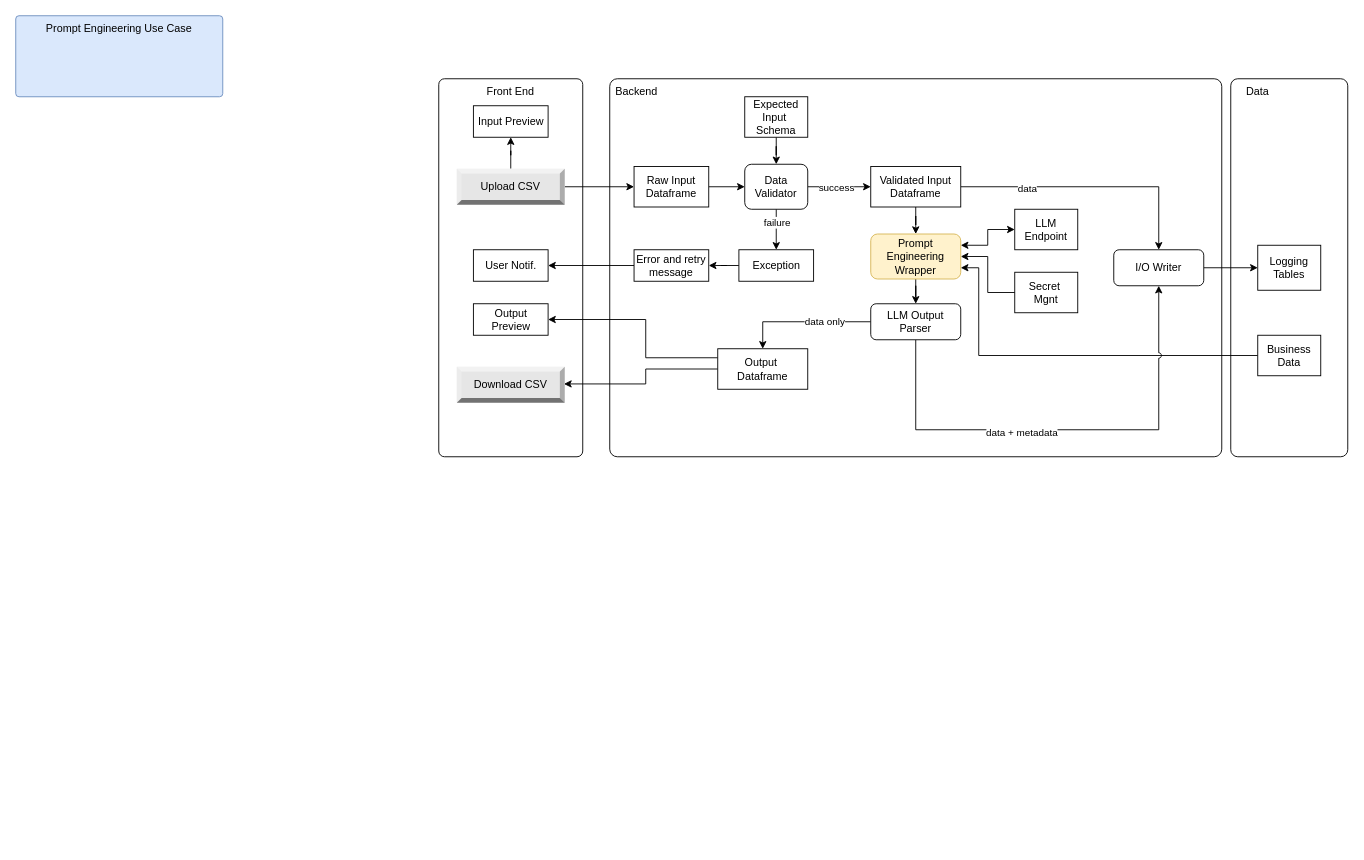
Before: page "gims-classification" (1 of 2) of genai-classification.drawio in joshuavaple/draw-io, a draw.io diagram. Source tidied: cells renumbered, new cells numbered last; positions are measured from the earlier drawing's top-left corner, leaving out a move shared by most shapes. Both pictures are drawn from the tidied source at 90%, with x=0, y=0 at pixel (15, 15). Pictures stored in the file or linked from it are replaced by grey dashed boxes.
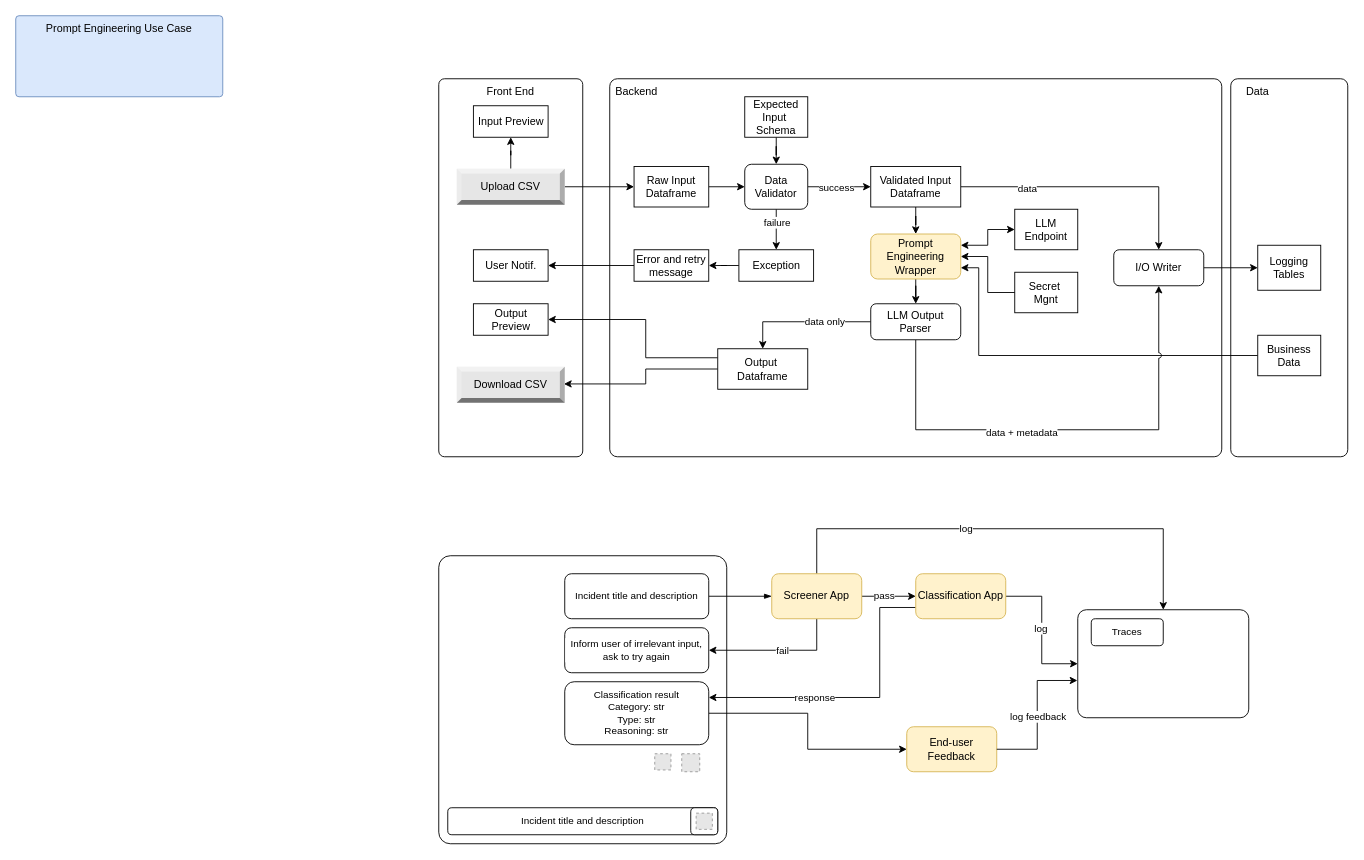
After the change.

Commit message:
added a possible chat UI flow

Diff of the diagram source:
```diff
@@
+    <mxCell id="52" style="rounded=1;whiteSpace=wrap;html=1;arcSize=4;" parent="1" vertex="1">
+      <mxGeometry x="470" y="600" width="320" height="320" as="geometry" />
+    </mxCell>
+    <mxCell id="53" style="edgeStyle=orthogonalEdgeStyle;shape=connector;rounded=0;jettySize=auto;html=1;entryX=0;entryY=0.5;entryDx=0;entryDy=0;strokeColor=default;align=center;verticalAlign=middle;fontFamily=Helvetica;fontSize=11;fontColor=default;labelBackgroundColor=default;endArrow=blockThin;endFill=1;" parent="1" edge="1" source="54" target="78">
+      <mxGeometry relative="1" as="geometry" />
+    </mxCell>
+    <mxCell id="54" value="Incident title and description" style="rounded=1;whiteSpace=wrap;html=1;fontFamily=Helvetica;fontSize=11;fontColor=default;labelBackgroundColor=default;" parent="1" vertex="1">
+      <mxGeometry x="610" y="620" width="160" height="50" as="geometry" />
+    </mxCell>
+    <mxCell id="55" style="edgeStyle=orthogonalEdgeStyle;shape=connector;rounded=0;jettySize=auto;html=1;strokeColor=default;align=center;verticalAlign=middle;fontFamily=Helvetica;fontSize=11;fontColor=default;labelBackgroundColor=default;endArrow=classic;endFill=1;exitX=1;exitY=0.5;exitDx=0;exitDy=0;startArrow=none;startFill=0;" parent="1" edge="1" source="59" target="60">
+      <mxGeometry relative="1" as="geometry" />
+    </mxCell>
+    <mxCell id="56" value="log" style="edgeLabel;html=1;align=center;verticalAlign=middle;fontFamily=Helvetica;fontSize=11;fontColor=default;labelBackgroundColor=default;" parent="55" vertex="1">
+      <mxGeometry x="-0.03" y="-2" relative="1" as="geometry" />
+    </mxCell>
+    <mxCell id="57" style="edgeStyle=orthogonalEdgeStyle;shape=connector;rounded=0;jettySize=auto;html=1;entryX=1;entryY=0.25;entryDx=0;entryDy=0;strokeColor=default;align=center;verticalAlign=middle;fontFamily=Helvetica;fontSize=11;fontColor=default;labelBackgroundColor=default;endArrow=classic;endFill=1;exitX=0;exitY=0.75;exitDx=0;exitDy=0;" parent="1" edge="1" source="59" target="63">
+      <mxGeometry relative="1" as="geometry">
+        <Array as="points">
+          <mxPoint x="960" y="658" />
+          <mxPoint x="960" y="758" />
+          <mxPoint x="770" y="758" />
+        </Array>
+      </mxGeometry>
+    </mxCell>
+    <mxCell id="58" value="response" style="edgeLabel;html=1;align=center;verticalAlign=middle;fontFamily=Helvetica;fontSize=11;fontColor=default;labelBackgroundColor=default;" parent="57" vertex="1">
+      <mxGeometry x="0.29" relative="1" as="geometry" />
+    </mxCell>
+    <mxCell id="59" value="Classification App" style="rounded=1;whiteSpace=wrap;html=1;fillColor=#fff2cc;strokeColor=#d6b656;" parent="1" vertex="1">
+      <mxGeometry x="1000" y="620" width="100" height="50" as="geometry" />
+    </mxCell>
+    <mxCell id="60" style="rounded=1;whiteSpace=wrap;html=1;fontFamily=Helvetica;fontSize=11;fontColor=default;labelBackgroundColor=default;arcSize=8;" parent="1" vertex="1">
+      <mxGeometry x="1180" y="660" width="190" height="120" as="geometry" />
+    </mxCell>
+    <mxCell id="61" value="Traces" style="rounded=1;whiteSpace=wrap;html=1;fontFamily=Helvetica;fontSize=11;fontColor=default;labelBackgroundColor=default;" parent="1" vertex="1">
+      <mxGeometry x="1195" y="670" width="80" height="30" as="geometry" />
+    </mxCell>
+    <mxCell id="62" style="edgeStyle=orthogonalEdgeStyle;shape=connector;rounded=0;jettySize=auto;html=1;entryX=0;entryY=0.5;entryDx=0;entryDy=0;strokeColor=default;align=center;verticalAlign=middle;fontFamily=Helvetica;fontSize=11;fontColor=default;labelBackgroundColor=default;endArrow=classic;endFill=1;" parent="1" edge="1" source="63" target="66">
+      <mxGeometry relative="1" as="geometry" />
+    </mxCell>
+    <mxCell id="63" value="Classification result&lt;div&gt;Category: str&lt;/div&gt;&lt;div&gt;Type: str&lt;/div&gt;&lt;div&gt;Reasoning: str&lt;/div&gt;" style="rounded=1;whiteSpace=wrap;html=1;fontFamily=Helvetica;fontSize=11;fontColor=default;labelBackgroundColor=default;" parent="1" vertex="1">
+      <mxGeometry x="610" y="740" width="160" height="70" as="geometry" />
+    </mxCell>
+    <mxCell id="64" style="fillColor=#E6E6E6;strokeColor=#999999;dashed=1;html=1;verticalAlign=top;verticalLabelPosition=bottom;labelBackgroundColor=#ffffff;fontFamily=Helvetica;fontSize=11;fontColor=default;" parent="1" vertex="1">
+      <mxGeometry x="710" y="820" width="18" height="18" as="geometry" />
+    </mxCell>
+    <mxCell id="65" style="fillColor=#E6E6E6;strokeColor=#999999;dashed=1;html=1;verticalAlign=top;verticalLabelPosition=bottom;labelBackgroundColor=#ffffff;fontFamily=Helvetica;fontSize=11;fontColor=#FF0000;" parent="1" vertex="1">
+      <mxGeometry x="740" y="820" width="20" height="20" as="geometry" />
+    </mxCell>
+    <mxCell id="66" value="End-user Feedback" style="rounded=1;whiteSpace=wrap;html=1;fillColor=#fff2cc;strokeColor=#d6b656;" parent="1" vertex="1">
+      <mxGeometry x="990" y="790" width="100" height="50" as="geometry" />
+    </mxCell>
+    <mxCell id="67" style="edgeStyle=orthogonalEdgeStyle;shape=connector;rounded=0;jettySize=auto;html=1;entryX=-0.002;entryY=0.655;entryDx=0;entryDy=0;entryPerimeter=0;strokeColor=default;align=center;verticalAlign=middle;fontFamily=Helvetica;fontSize=11;fontColor=default;labelBackgroundColor=default;endArrow=classic;endFill=1;" parent="1" edge="1" source="66" target="60">
+      <mxGeometry relative="1" as="geometry" />
+    </mxCell>
+    <mxCell id="68" value="log feedback" style="edgeLabel;html=1;align=center;verticalAlign=middle;fontFamily=Helvetica;fontSize=11;fontColor=default;labelBackgroundColor=default;" parent="67" vertex="1">
+      <mxGeometry x="-0.01" relative="1" as="geometry" />
+    </mxCell>
+    <mxCell id="69" value="Incident title and description" style="rounded=1;whiteSpace=wrap;html=1;fontFamily=Helvetica;fontSize=11;fontColor=default;labelBackgroundColor=default;" parent="1" vertex="1">
+      <mxGeometry x="480" y="880" width="300" height="30" as="geometry" />
+    </mxCell>
+    <mxCell id="70" style="rounded=1;whiteSpace=wrap;html=1;fontFamily=Helvetica;fontSize=11;fontColor=default;labelBackgroundColor=default;" parent="1" vertex="1">
+      <mxGeometry x="750" y="880" width="30" height="30" as="geometry" />
+    </mxCell>
+    <mxCell id="71" style="fillColor=#E6E6E6;strokeColor=#999999;dashed=1;html=1;verticalAlign=top;verticalLabelPosition=bottom;labelBackgroundColor=#ffffff;fontFamily=Helvetica;fontSize=11;fontColor=default;" parent="1" vertex="1">
+      <mxGeometry x="756" y="886" width="18" height="18" as="geometry" />
+    </mxCell>
+    <mxCell id="72" style="edgeStyle=orthogonalEdgeStyle;shape=connector;rounded=0;jettySize=auto;html=1;entryX=0;entryY=0.5;entryDx=0;entryDy=0;strokeColor=default;align=center;verticalAlign=middle;fontFamily=Helvetica;fontSize=11;fontColor=default;labelBackgroundColor=default;endArrow=classic;endFill=1;" parent="1" edge="1" source="78" target="59">
+      <mxGeometry relative="1" as="geometry" />
+    </mxCell>
+    <mxCell id="73" value="pass" style="edgeLabel;html=1;align=center;verticalAlign=middle;fontFamily=Helvetica;fontSize=11;fontColor=default;labelBackgroundColor=default;" parent="72" vertex="1">
+      <mxGeometry x="-0.19" y="1" relative="1" as="geometry" />
+    </mxCell>
+    <mxCell id="74" style="edgeStyle=orthogonalEdgeStyle;shape=connector;rounded=0;jettySize=auto;html=1;entryX=0.5;entryY=0;entryDx=0;entryDy=0;strokeColor=default;align=center;verticalAlign=middle;fontFamily=Helvetica;fontSize=11;fontColor=default;labelBackgroundColor=default;endArrow=classic;endFill=1;" parent="1" edge="1" source="78" target="60">
+      <mxGeometry relative="1" as="geometry">
+        <Array as="points">
+          <mxPoint x="890" y="570" />
+          <mxPoint x="1275" y="570" />
+        </Array>
+      </mxGeometry>
+    </mxCell>
+    <mxCell id="75" value="log" style="edgeLabel;html=1;align=center;verticalAlign=middle;fontFamily=Helvetica;fontSize=11;fontColor=default;labelBackgroundColor=default;" parent="74" vertex="1">
+      <mxGeometry x="-0.18" y="1" relative="1" as="geometry" />
+    </mxCell>
+    <mxCell id="76" style="edgeStyle=orthogonalEdgeStyle;shape=connector;rounded=0;jettySize=auto;html=1;entryX=1;entryY=0.5;entryDx=0;entryDy=0;strokeColor=default;align=center;verticalAlign=middle;fontFamily=Helvetica;fontSize=11;fontColor=default;labelBackgroundColor=default;endArrow=classic;endFill=1;" parent="1" edge="1" source="78" target="79">
+      <mxGeometry relative="1" as="geometry">
+        <Array as="points">
+          <mxPoint x="890" y="705" />
+        </Array>
+      </mxGeometry>
+    </mxCell>
+    <mxCell id="77" value="fail" style="edgeLabel;html=1;align=center;verticalAlign=middle;fontFamily=Helvetica;fontSize=11;fontColor=default;labelBackgroundColor=default;" parent="76" vertex="1">
+      <mxGeometry x="-0.05" relative="1" as="geometry" />
+    </mxCell>
+    <mxCell id="78" value="Screener App" style="rounded=1;whiteSpace=wrap;html=1;fillColor=#fff2cc;strokeColor=#d6b656;" parent="1" vertex="1">
+      <mxGeometry x="840" y="620" width="100" height="50" as="geometry" />
+    </mxCell>
+    <mxCell id="79" value="Inform user of irrelevant input, ask to try again" style="rounded=1;whiteSpace=wrap;html=1;fontFamily=Helvetica;fontSize=11;fontColor=default;labelBackgroundColor=default;" parent="1" vertex="1">
+      <mxGeometry x="610" y="680" width="160" height="50" as="geometry" />
+    </mxCell>
```
